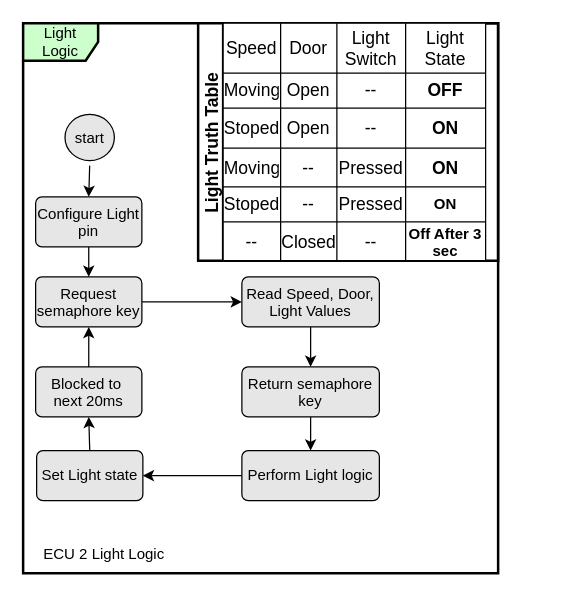
Mohamed-abdullah-hassan/EG-FWD_Automotive_door_control keeps this draw.io diagram as page "Light_Logic" (8 of 9) of 2-Dynamic_Deesign_State_Machine_Diagram.drawio. Above is the earlier version. Source tidied: cells renumbered, new cells numbered last; positions are measured from the earlier drawing's top-left corner, leaving out a move shared by most shapes. Both pictures are drawn from the tidied source at 125%, with x=0, y=0 at pixel (22, 22).
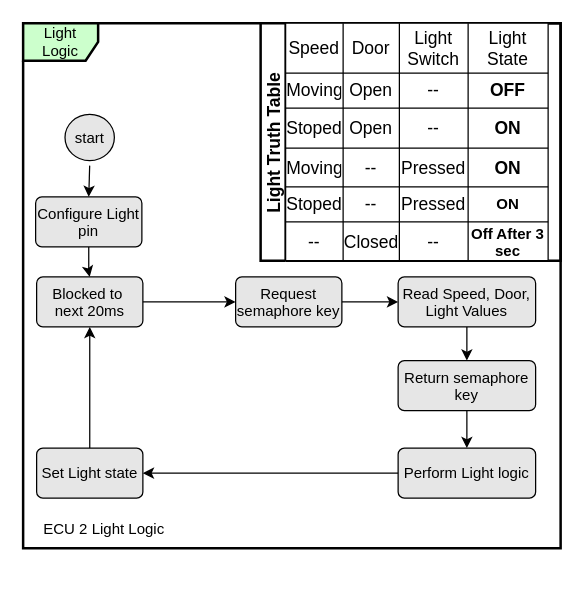
The same page after the edit.

The change refers to these unchanged cells:
```xml
<mxCell id="4" value="&lt;span style=&quot;&quot;&gt;Configure Light pin&lt;/span&gt;" style="html=1;align=center;verticalAlign=top;rounded=1;absoluteArcSize=1;arcSize=10;dashed=0;fillColor=#E6E6E6;whiteSpace=wrap;" parent="2" vertex="1">
  <mxGeometry x="10" y="139" width="85" height="40" as="geometry" />
</mxCell>
```

What changed in the source:
```diff
@@
     <mxCell id="2" value="Light Logic" style="shape=umlFrame;whiteSpace=wrap;fillColor=#CCFFCC;strokeWidth=2;" parent="1" vertex="1">
-      <mxGeometry width="380" height="440" as="geometry" />
+      <mxGeometry width="430" height="420" as="geometry" />
     </mxCell>
@@
+    <mxCell id="52" style="edgeStyle=orthogonalEdgeStyle;rounded=0;jettySize=auto;html=1;exitX=0.5;exitY=1;exitDx=0;exitDy=0;strokeWidth=1;fontSize=12;startSize=0;" parent="2" edge="1" source="4" target="7">
+      <mxGeometry relative="1" as="geometry" />
+    </mxCell>
@@
     <mxCell id="6" value="Read Speed, Door, Light Values" style="html=1;align=center;verticalAlign=top;rounded=1;absoluteArcSize=1;arcSize=10;dashed=0;fillColor=#E6E6E6;strokeColor=rgb(0, 0, 0);fontColor=rgb(0, 0, 0);whiteSpace=wrap;" parent="2" vertex="1">
-      <mxGeometry x="175" y="203" width="110" height="40" as="geometry" />
+      <mxGeometry x="300" y="203" width="110" height="40" as="geometry" />
     </mxCell>
     <mxCell id="7" value="Blocked to&amp;nbsp; next 20ms" style="html=1;align=center;verticalAlign=top;rounded=1;absoluteArcSize=1;arcSize=10;dashed=0;fillColor=#E6E6E6;strokeColor=rgb(0, 0, 0);fontColor=rgb(0, 0, 0);whiteSpace=wrap;" parent="2" vertex="1">
-      <mxGeometry x="10" y="275" width="85" height="40" as="geometry" />
+      <mxGeometry x="10.8" y="203" width="85" height="40" as="geometry" />
     </mxCell>
@@
     <mxCell id="9" value="Request semaphore key" style="html=1;align=center;verticalAlign=top;rounded=1;absoluteArcSize=1;arcSize=10;dashed=0;fillColor=#E6E6E6;whiteSpace=wrap;strokeColor=rgb(0, 0, 0);fontColor=rgb(0, 0, 0);" parent="2" vertex="1">
-      <mxGeometry x="10" y="203" width="85" height="40" as="geometry" />
+      <mxGeometry x="170" y="203" width="85" height="40" as="geometry" />
     </mxCell>
-    <mxCell id="10" style="edgeStyle=orthogonalEdgeStyle;rounded=0;jettySize=auto;html=1;" parent="2" edge="1" source="4" target="9">
-      <mxGeometry relative="1" as="geometry" />
-    </mxCell>
-    <mxCell id="11" style="edgeStyle=orthogonalEdgeStyle;rounded=0;jettySize=auto;html=1;exitX=0.5;exitY=0;exitDx=0;exitDy=0;entryX=0.5;entryY=1;entryDx=0;entryDy=0;" parent="2" edge="1" source="7" target="9">
+    <mxCell id="11" style="edgeStyle=orthogonalEdgeStyle;rounded=0;jettySize=auto;html=1;exitX=1;exitY=0.5;exitDx=0;exitDy=0;entryX=0;entryY=0.5;entryDx=0;entryDy=0;" parent="2" edge="1" source="7" target="9">
       <mxGeometry relative="1" as="geometry" />
     </mxCell>
@@
     <mxCell id="13" value="Set Light state" style="html=1;align=center;verticalAlign=middle;rounded=1;absoluteArcSize=1;arcSize=10;dashed=0;fillColor=#E6E6E6;strokeColor=rgb(0, 0, 0);fontColor=rgb(0, 0, 0);whiteSpace=wrap;" parent="2" vertex="1">
-      <mxGeometry x="10.8" y="342" width="85" height="40" as="geometry" />
+      <mxGeometry x="10.8" y="340" width="85" height="40" as="geometry" />
     </mxCell>
     <mxCell id="14" value="Return semaphore key" style="html=1;align=center;verticalAlign=top;rounded=1;absoluteArcSize=1;arcSize=10;dashed=0;fillColor=#E6E6E6;strokeColor=rgb(0, 0, 0);fontColor=rgb(0, 0, 0);whiteSpace=wrap;" parent="2" vertex="1">
-      <mxGeometry x="175" y="275" width="110" height="40" as="geometry" />
+      <mxGeometry x="300" y="270" width="110" height="40" as="geometry" />
     </mxCell>
@@
     <mxCell id="16" value="Perform Light logic" style="html=1;align=center;verticalAlign=middle;rounded=1;absoluteArcSize=1;arcSize=10;dashed=0;fillColor=#E6E6E6;strokeColor=rgb(0, 0, 0);fontColor=rgb(0, 0, 0);whiteSpace=wrap;" parent="2" vertex="1">
-      <mxGeometry x="175" y="342" width="110" height="40" as="geometry" />
+      <mxGeometry x="300" y="340" width="110" height="40" as="geometry" />
     </mxCell>
@@
     <mxCell id="19" value="ECU 2 Light Logic" style="text;html=1;align=center;verticalAlign=middle;whiteSpace=wrap;rounded=0;" parent="2" vertex="1">
-      <mxGeometry y="410" width="130" height="30" as="geometry" />
+      <mxGeometry y="390" width="130" height="30" as="geometry" />
     </mxCell>
     <mxCell id="20" value="Light Truth Table" style="swimlane;horizontal=0;strokeWidth=2;fontSize=14;startSize=20;" parent="2" vertex="1">
-      <mxGeometry x="140" width="240" height="190" as="geometry" />
+      <mxGeometry x="190" width="240" height="190" as="geometry" />
     </mxCell>
```
